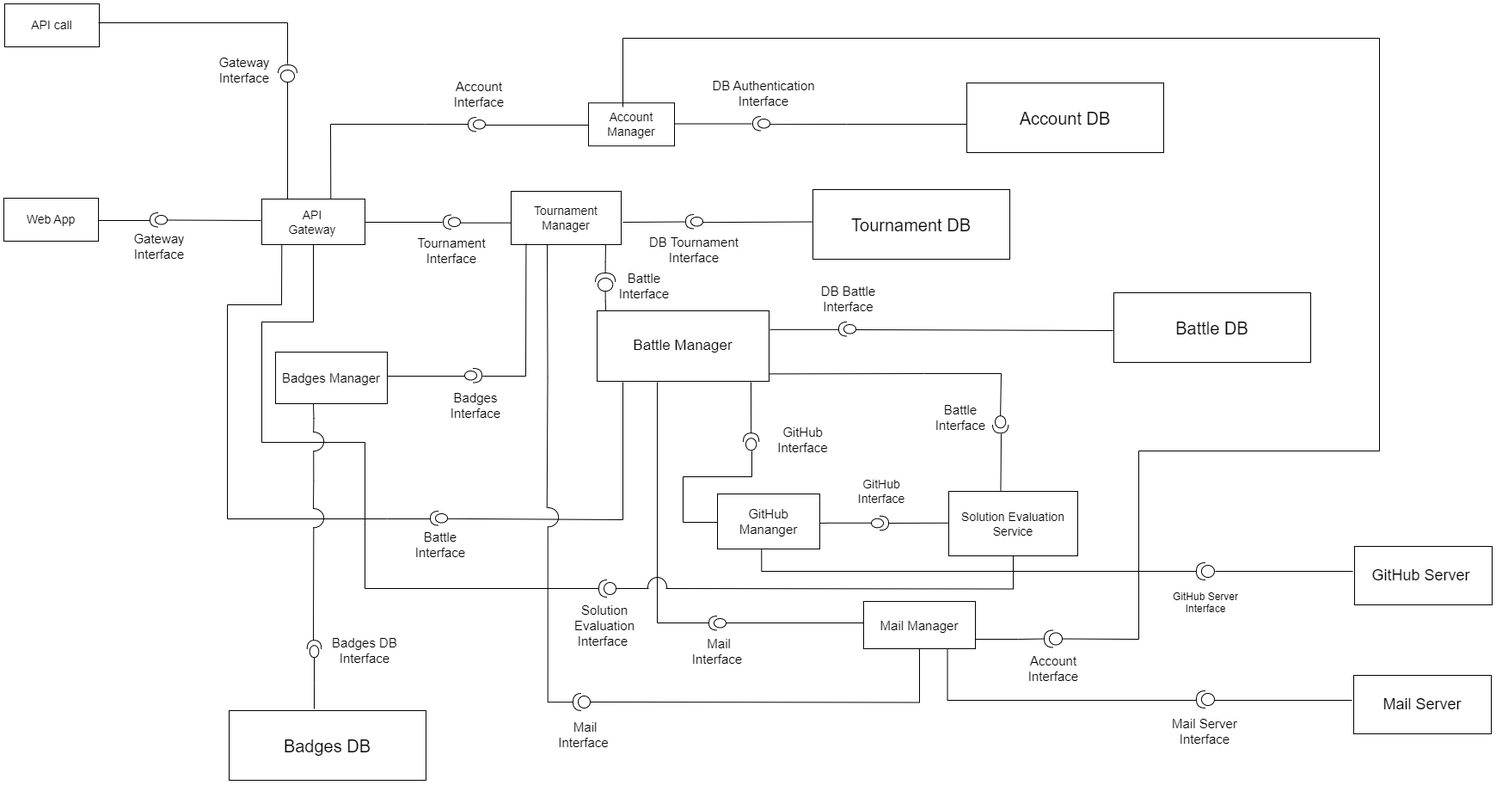
This is UML/DD/compviewfinale.drawio.png from manuelamarenghi/CodeKataBattle_SWENG2, a draw.io export, as it was before one commit. Source tidied: cells renumbered, new cells last; positions are measured from the earlier drawing's top-left corner, leaving out a move shared by most shapes.
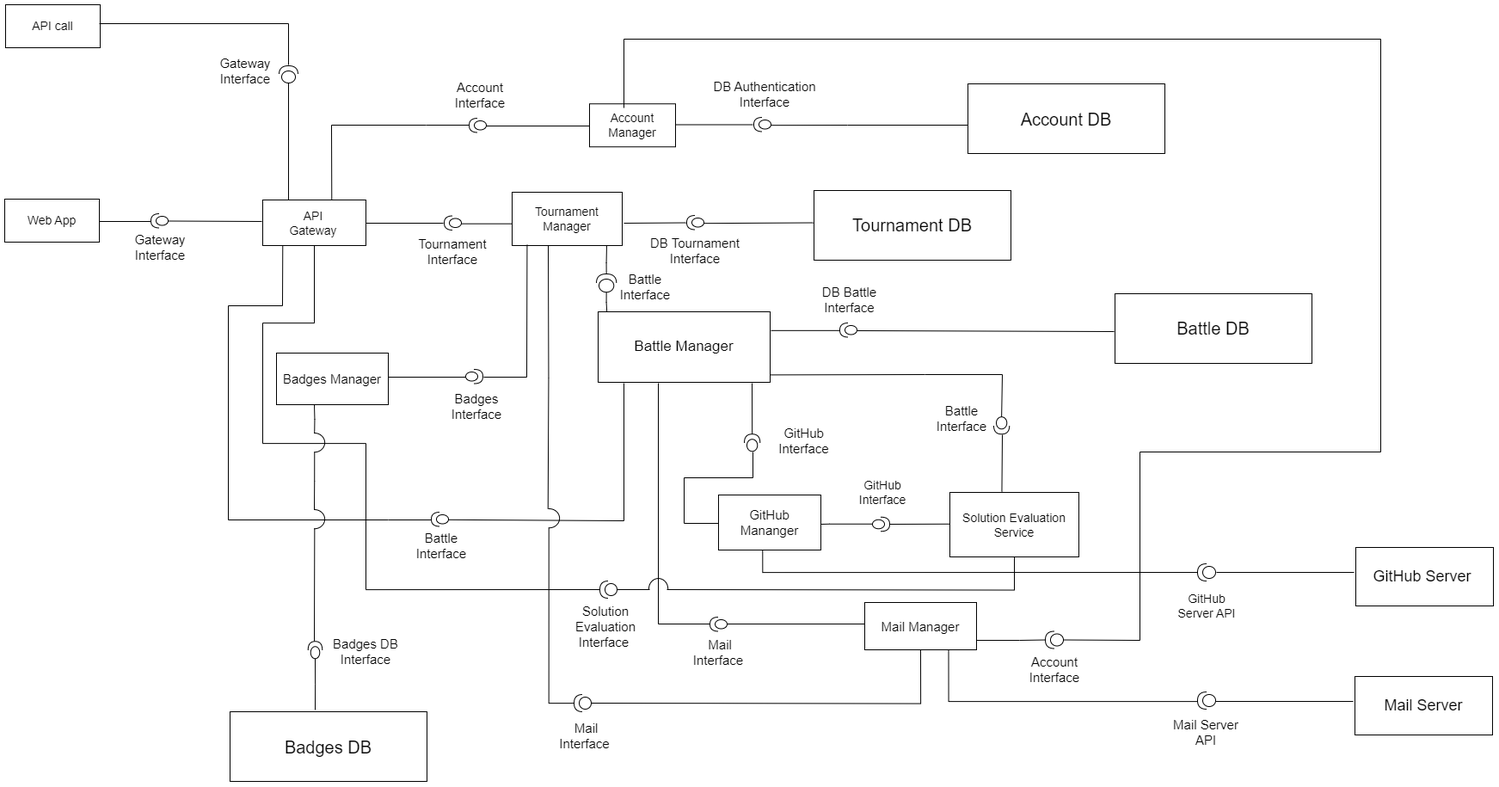
Above is the later version.

Diff of the diagram source:
```diff
@@ -411,7 +411,7 @@
     <mxCell id="86" style="shape=providedRequiredInterface;html=1;verticalLabelPosition=bottom;sketch=0;direction=west;" parent="1" vertex="1">
       <mxGeometry x="1387" y="799" width="21" height="20" as="geometry" />
     </mxCell>
-    <mxCell id="87" value="&lt;font style=&quot;font-size: 15px;&quot;&gt;Mail Server Interface&lt;/font&gt;" style="text;html=1;strokeColor=none;fillColor=none;align=center;verticalAlign=middle;whiteSpace=wrap;rounded=0;" parent="1" vertex="1">
+    <mxCell id="87" value="&lt;font style=&quot;font-size: 15px;&quot;&gt;Mail Server API&lt;/font&gt;" style="text;html=1;strokeColor=none;fillColor=none;align=center;verticalAlign=middle;whiteSpace=wrap;rounded=0;" parent="1" vertex="1">
       <mxGeometry x="1358" y="833" width="78" height="26" as="geometry" />
     </mxCell>
     <mxCell id="88" style="endArrow=none;html=1;rounded=0;edgeStyle=orthogonalEdgeStyle;" parent="1" edge="1">
@@ -438,7 +438,7 @@
     <mxCell id="93" value="&lt;font style=&quot;font-size: 18px;&quot;&gt;GitHub Server&amp;nbsp;&lt;/font&gt;" style="whiteSpace=wrap;html=1;align=center;" parent="1" vertex="1">
       <mxGeometry x="1571" y="631" width="160" height="68" as="geometry" />
     </mxCell>
-    <mxCell id="94" value="GitHub Server Interface" style="text;whiteSpace=wrap;html=1;align=center;" parent="1" vertex="1">
+    <mxCell id="94" value="&lt;font style=&quot;font-size: 14px;&quot;&gt;GitHub Server API&lt;/font&gt;" style="text;whiteSpace=wrap;html=1;align=center;" parent="1" vertex="1">
       <mxGeometry x="1358" y="676" width="80" height="40" as="geometry" />
     </mxCell>
     <mxCell id="95" value="&lt;font style=&quot;font-size: 20px;&quot;&gt;Battle DB&lt;/font&gt;" style="whiteSpace=wrap;html=1;align=center;" parent="1" vertex="1">
```
